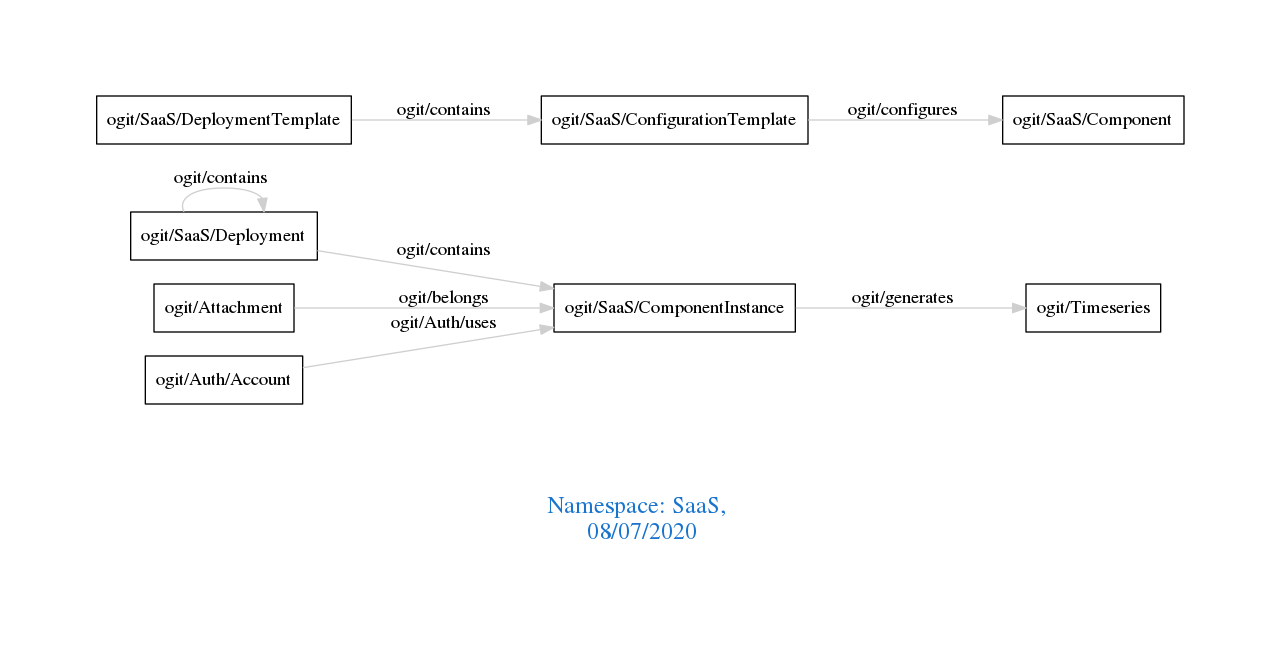
arago/OGIT keeps this Graphviz diagram as downloads/SaaS.png. Above is the earlier version. Its source is kept beside it as downloads/SaaS.dot.
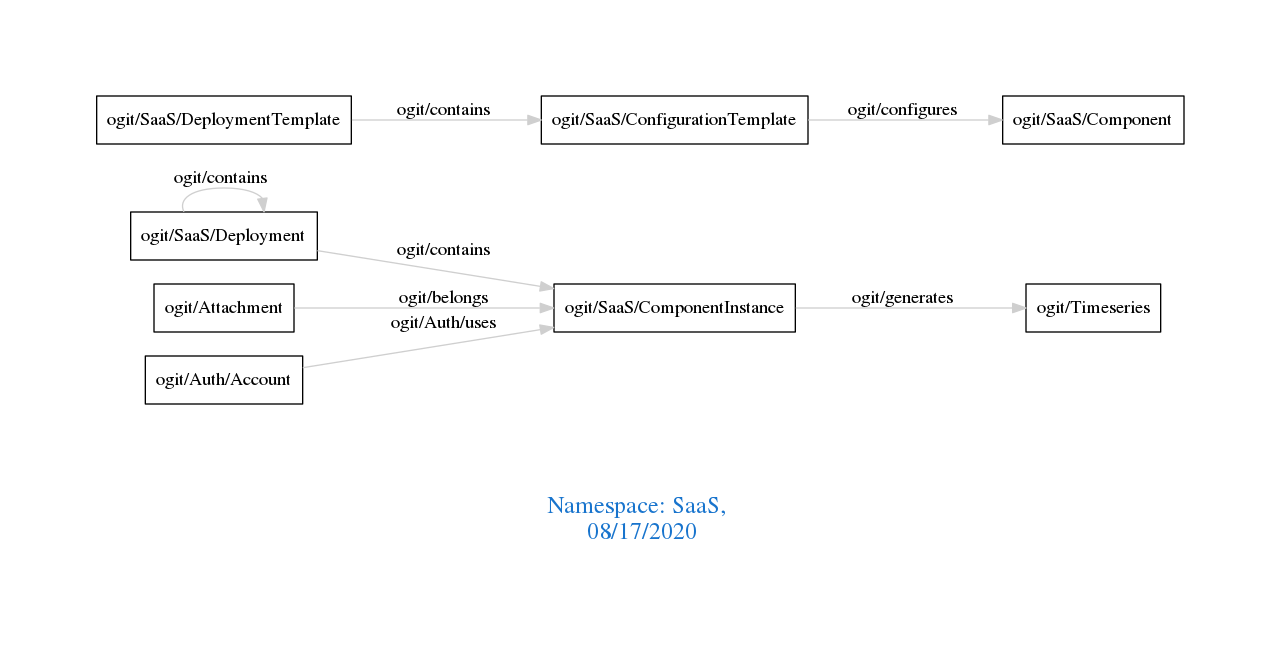
Above is the later version.

The edit, as a diff of the source:
```diff
@@ -1,7 +1,7 @@
 digraph OGIT_ontology {
  graph [ rankdir= LR,pad=1
 fontsize = 18,
-fontcolor= dodgerblue3,label = "\n\n\nNamespace: SaaS, \n 08/07/2020"];
+fontcolor= dodgerblue3,label = "\n\n\nNamespace: SaaS, \n 08/17/2020"];
 node[shape=polygon];
 edge [  color="gray81"];
 
```
